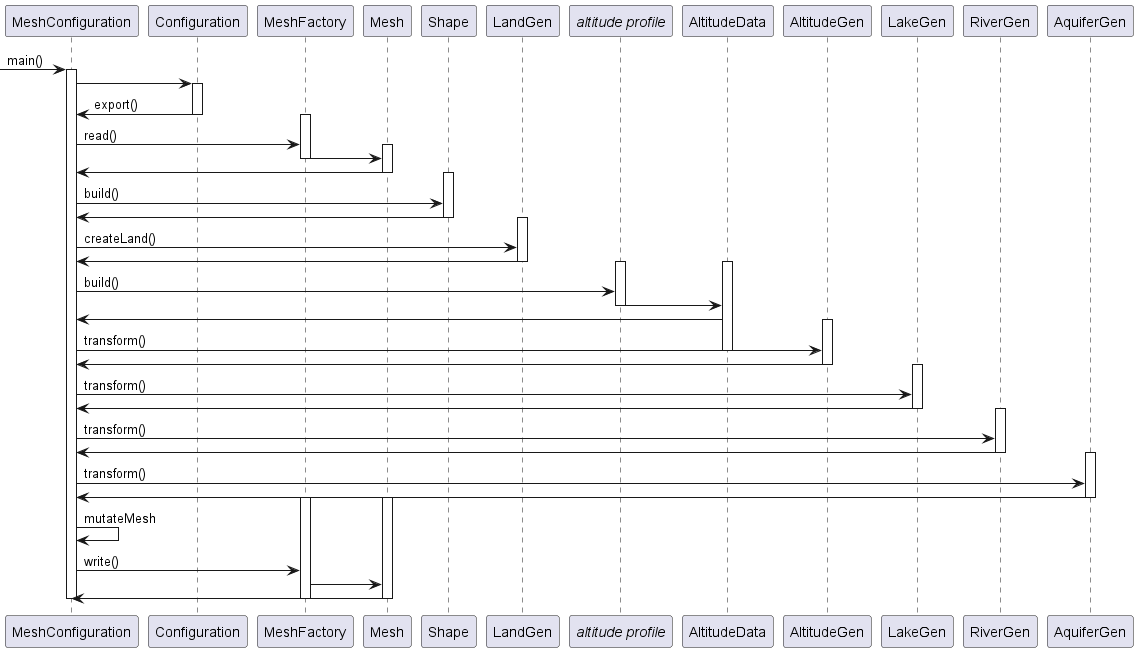
Earlier version of the PlantUML export diagrams/uml/islandsq.png (AliMVirk/Island-Mesh-Generator).
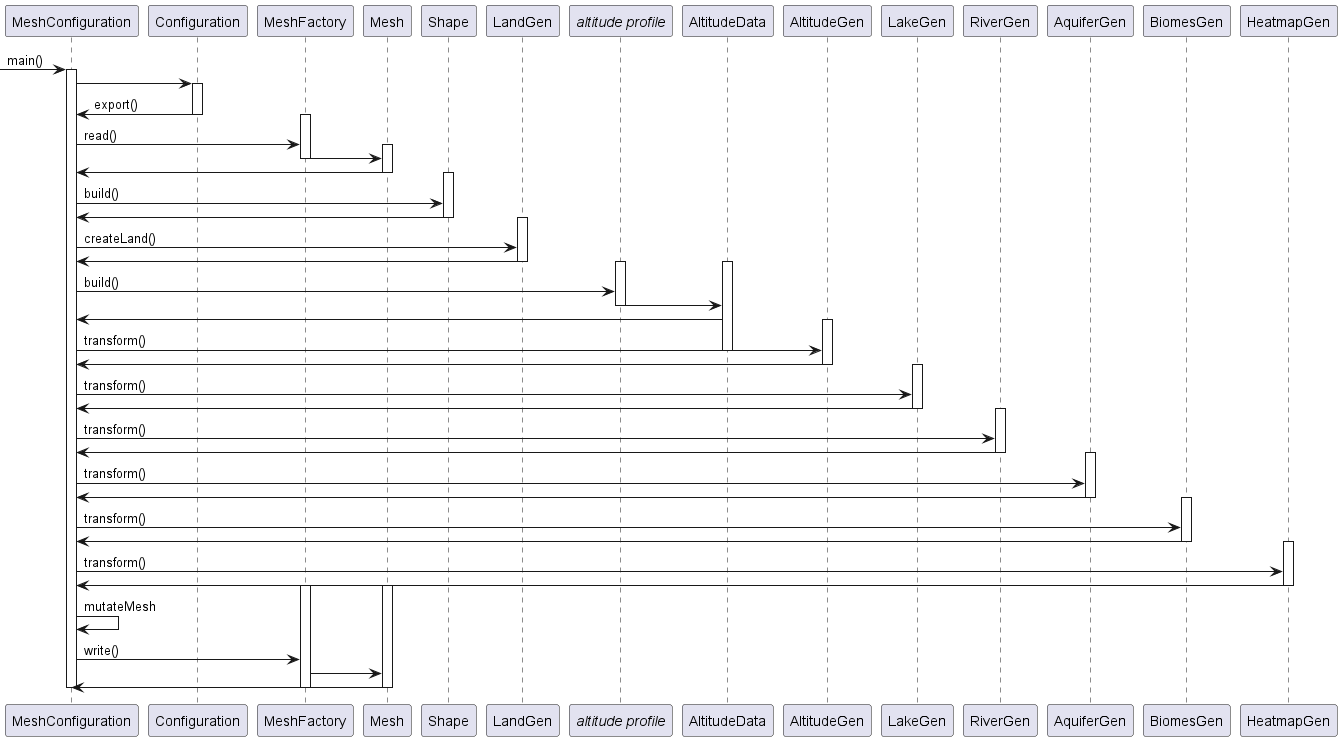
After the change.

Commit message:
Update sequence diagram

Diff of the diagram source:
```diff
@@ -52,6 +52,16 @@
 AquiferGen -> MeshConfiguration
 deactivate AquiferGen
 
+activate BiomesGen
+MeshConfiguration -> BiomesGen : transform()
+BiomesGen -> MeshConfiguration
+deactivate BiomesGen
+
+activate HeatmapGen
+MeshConfiguration -> HeatmapGen : transform()
+HeatmapGen -> MeshConfiguration
+deactivate HeatmapGen
+
 activate Mesh
 activate MeshFactory
 MeshConfiguration -> MeshConfiguration : mutateMesh
```
